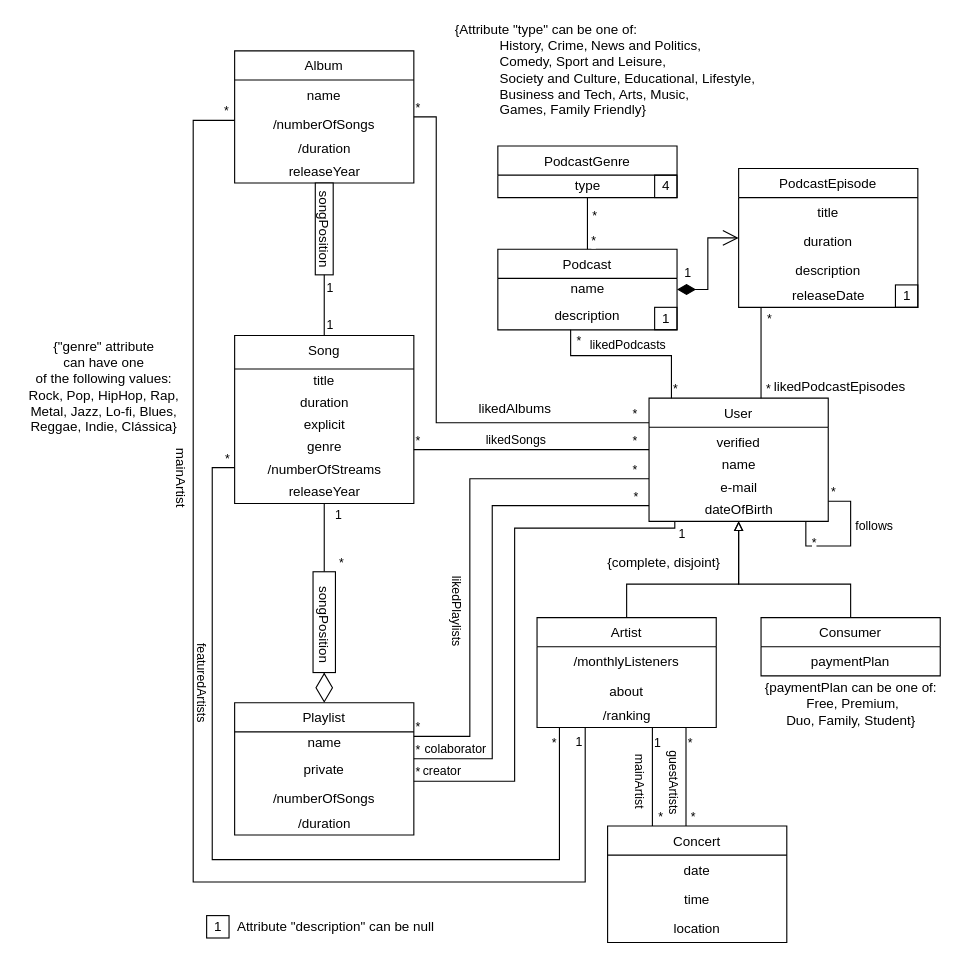
Before: page "Page-2" (2 of 2) of 1-delivery/Spotify-class-diag.drawio in Naapperas/feup-bd, a draw.io diagram. Source tidied: cells renumbered, new cells numbered last; positions are measured from the earlier drawing's top-left corner, leaving out a move shared by most shapes. Both pictures are drawn from the tidied source at 112%, with x=0, y=0 at pixel (19, 19).
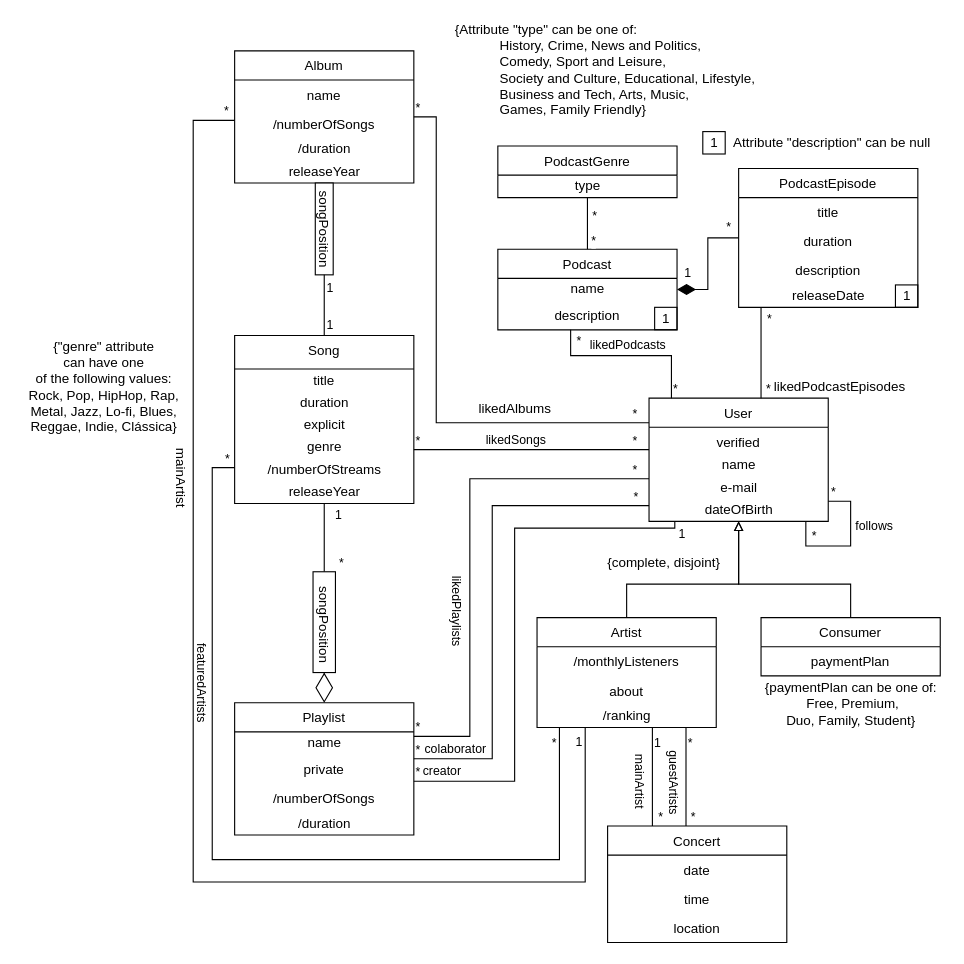
After the change.

Commit message:
Finished UML

The change refers to these unchanged cells:
```xml
<mxCell id="37" value="Podcast" style="swimlane;fontStyle=0;horizontal=1;startSize=26;fillColor=none;align=center;" parent="1" vertex="1">
  <mxGeometry x="427" y="205" width="160" height="72" as="geometry" />
</mxCell>
<mxCell id="42" value="PodcastEpisode" style="swimlane;fontStyle=0;horizontal=1;startSize=26;fillColor=none;align=center;" parent="1" vertex="1">
  <mxGeometry x="642" y="132.9" width="160" height="124" as="geometry" />
</mxCell>
<mxCell id="63" style="endArrow=none;html=1;edgeStyle=orthogonalEdgeStyle;rounded=0;" parent="1" edge="1" source="14" target="14">
  <mxGeometry relative="1" as="geometry">
    <Array as="points">
      <mxPoint x="702" y="470" />
      <mxPoint x="742" y="470" />
      <mxPoint x="742" y="430" />
    </Array>
  </mxGeometry>
</mxCell>
```

What changed in the source:
```diff
@@
-    <mxCell id="58" value="1" style="endArrow=open;html=1;endSize=12;startArrow=diamondThin;startSize=14;startFill=1;edgeStyle=orthogonalEdgeStyle;align=left;verticalAlign=bottom;rounded=0;" parent="1" edge="1" source="37" target="42">
+    <mxCell id="58" value="1" style="endArrow=none;html=1;endSize=12;startArrow=diamondThin;startSize=14;startFill=1;edgeStyle=orthogonalEdgeStyle;align=left;verticalAlign=bottom;rounded=0;endFill=0;" parent="1" edge="1" source="37" target="42">
       <mxGeometry x="-0.9" y="6" relative="1" as="geometry" />
     </mxCell>
+    <mxCell id="118" value="*" style="edgeLabel;html=1;align=center;verticalAlign=middle;" parent="58" vertex="1">
+      <mxGeometry x="0.82" y="-1" relative="1" as="geometry">
+        <mxPoint y="-11" as="offset" />
+      </mxGeometry>
+    </mxCell>
@@
     <mxCell id="61" value="1" style="text;html=1;align=center;verticalAlign=middle;strokeColor=default;fillColor=none;" parent="1" vertex="1">
-      <mxGeometry x="167" y="800" width="20" height="20" as="geometry" />
+      <mxGeometry x="610" y="100" width="20" height="20" as="geometry" />
     </mxCell>
     <mxCell id="62" value="Attribute &quot;description&quot; can be null&lt;br&gt;" style="text;html=1;align=center;verticalAlign=middle;strokeColor=none;fillColor=none;" parent="1" vertex="1">
-      <mxGeometry x="187" y="800" width="190" height="20" as="geometry" />
+      <mxGeometry x="630" y="100" width="190" height="20" as="geometry" />
     </mxCell>
@@
     <mxCell id="65" value="*" style="edgeLabel;html=1;align=right;verticalAlign=bottom;strokeColor=default;" parent="63" vertex="1">
       <mxGeometry x="1" relative="1" as="geometry">
-        <mxPoint x="-10" y="45" as="offset" />
+        <mxPoint x="-10" y="39" as="offset" />
       </mxGeometry>
     </mxCell>
@@
-    <mxCell id="96" value="4" style="text;html=1;align=center;verticalAlign=middle;strokeColor=default;fillColor=none;" parent="1" vertex="1">
-      <mxGeometry x="567" y="138.9" width="20" height="20" as="geometry" />
-    </mxCell>
```
